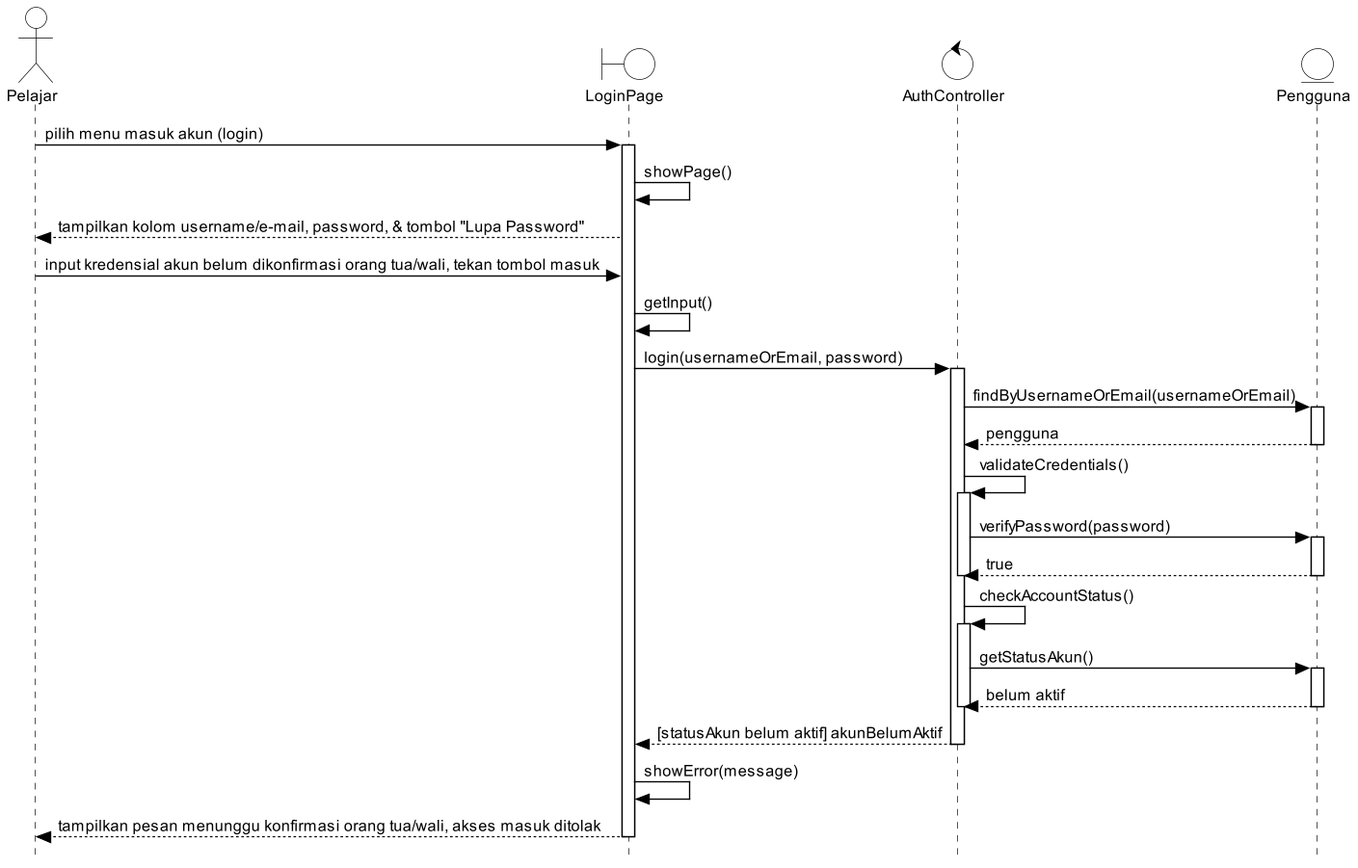
Earlier version of the PlantUML export docs/M7/assets/diagram/SD_UC09_alt2.png (cynthiawinda/IF2150-RPL-K03-G04).
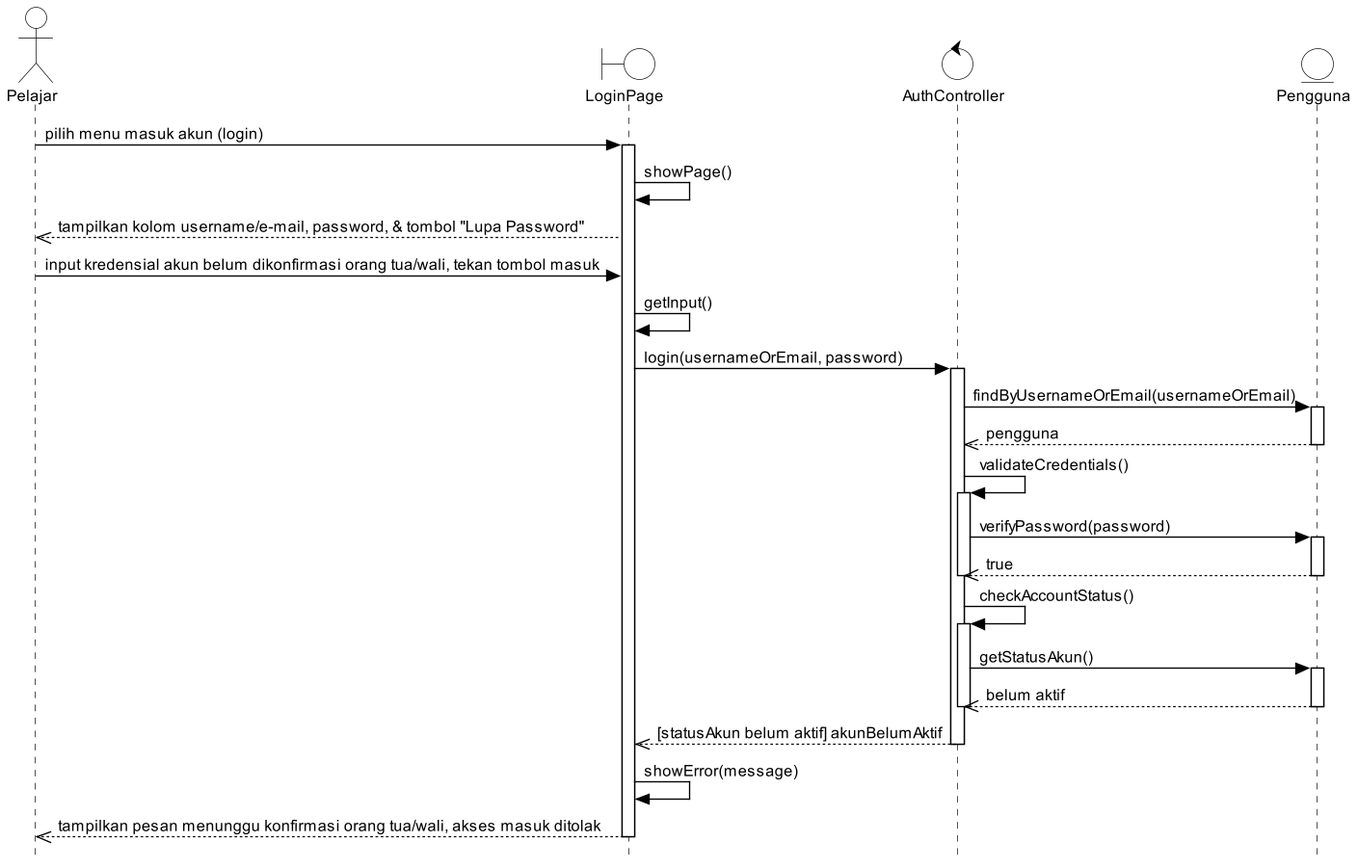
Above is the later version.

The edit, as a diff of the source:
```diff
@@ -31,30 +31,30 @@
 User -> LP : pilih menu masuk akun (login)
 activate LP
 LP -> LP : showPage()
-LP --> User : tampilkan kolom username/e-mail, password, & tombol "Lupa Password"
+LP -->> User : tampilkan kolom username/e-mail, password, & tombol "Lupa Password"
 User -> LP : input kredensial akun belum dikonfirmasi orang tua/wali, tekan tombol masuk
 LP -> LP : getInput()
 LP -> AC : login(usernameOrEmail, password)
 activate AC
 AC -> P : findByUsernameOrEmail(usernameOrEmail)
 activate P
-P --> AC : pengguna
+P -->> AC : pengguna
 deactivate P
 AC -> AC ++ : validateCredentials()
 AC -> P : verifyPassword(password)
 activate P
-P --> AC : true
+P -->> AC : true
 deactivate P
 deactivate AC
 AC -> AC ++ : checkAccountStatus()
 AC -> P : getStatusAkun()
 activate P
-P --> AC : belum aktif
+P -->> AC : belum aktif
 deactivate P
 deactivate AC
-AC --> LP : [statusAkun belum aktif] akunBelumAktif
+AC -->> LP : [statusAkun belum aktif] akunBelumAktif
 deactivate AC
 LP -> LP : showError(message)
-LP --> User : tampilkan pesan menunggu konfirmasi orang tua/wali, akses masuk ditolak
+LP -->> User : tampilkan pesan menunggu konfirmasi orang tua/wali, akses masuk ditolak
 deactivate LP
 @enduml
```
